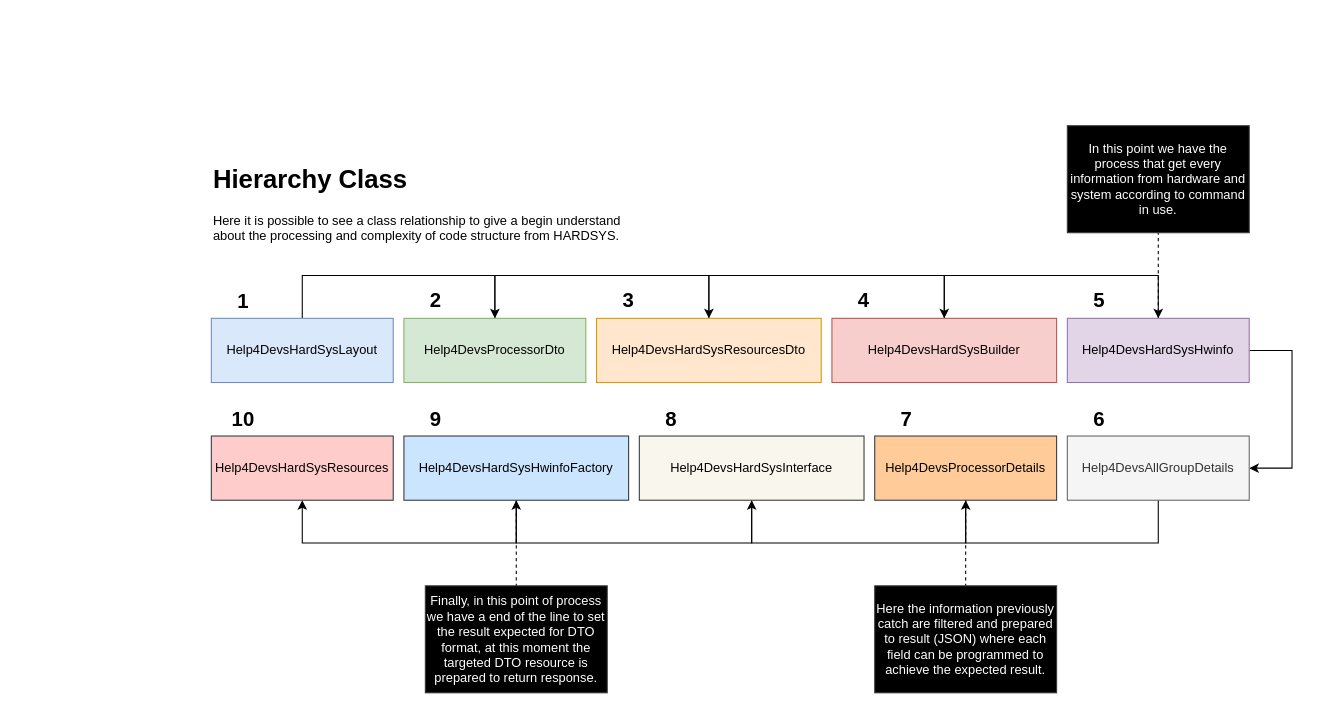
huntercodexs/help4devs-commons keeps this draw.io diagram as page "Page-2" (2 of 2) of media/hardsys.drawio. Above is the earlier version. Source tidied: cells renumbered, new cells numbered last; positions are measured from the earlier drawing's top-left corner, leaving out a move shared by most shapes. Both pictures are drawn from the tidied source at 107%, with x=0, y=0 at pixel (211, 125).
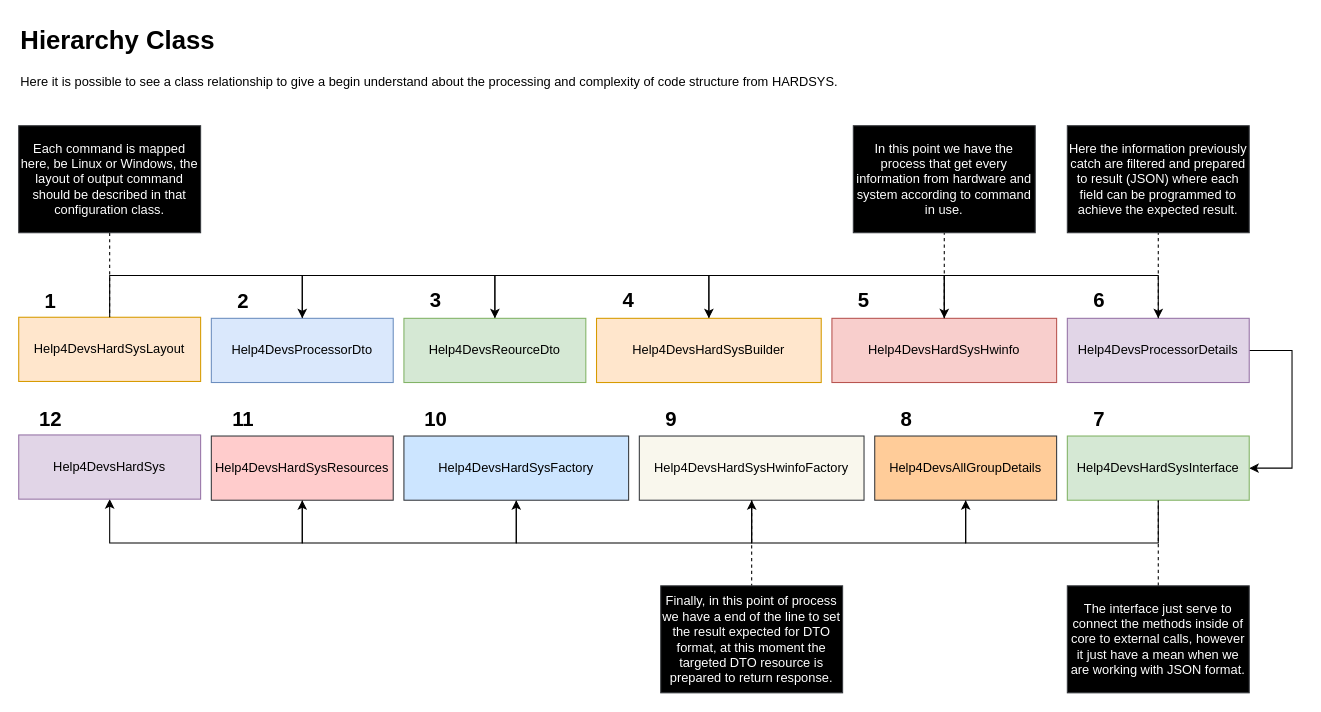
Above is the later version.

Unchanged cells that the change refers to:
```xml
<mxCell id="13" value="Help4DevsHardSysResources" style="rounded=0;whiteSpace=wrap;fillColor=#ffcccc;strokeColor=#36393d;" parent="1" vertex="1">
  <mxGeometry y="290" width="170" height="60" as="geometry" />
</mxCell>
```

Diff of the diagram source:
```diff
@@
-    <mxCell id="3" value="Help4DevsHardSysLayout" style="rounded=0;whiteSpace=wrap;fillColor=#dae8fc;strokeColor=#6c8ebf;" parent="1" vertex="1">
+    <mxCell id="3" value="Help4DevsProcessorDto" style="rounded=0;whiteSpace=wrap;fillColor=#dae8fc;strokeColor=#6c8ebf;" parent="1" vertex="1">
       <mxGeometry y="180" width="170" height="60" as="geometry" />
     </mxCell>
@@
-    <mxCell id="5" value="Help4DevsProcessorDto" style="rounded=0;whiteSpace=wrap;fillColor=#d5e8d4;strokeColor=#82b366;" parent="1" vertex="1">
+    <mxCell id="5" value="Help4DevsReourceDto" style="rounded=0;whiteSpace=wrap;fillColor=#d5e8d4;strokeColor=#82b366;" parent="1" vertex="1">
       <mxGeometry x="180" y="180" width="170" height="60" as="geometry" />
     </mxCell>
@@
-    <mxCell id="7" value="Help4DevsHardSysResourcesDto" style="rounded=0;whiteSpace=wrap;fillColor=#ffe6cc;strokeColor=#d79b00;" parent="1" vertex="1">
+    <mxCell id="7" value="Help4DevsHardSysBuilder" style="rounded=0;whiteSpace=wrap;fillColor=#ffe6cc;strokeColor=#d79b00;" parent="1" vertex="1">
       <mxGeometry x="360" y="180" width="210" height="60" as="geometry" />
     </mxCell>
@@
-    <mxCell id="9" value="Help4DevsHardSysBuilder" style="rounded=0;whiteSpace=wrap;fillColor=#f8cecc;strokeColor=#b85450;" parent="1" vertex="1">
+    <mxCell id="9" value="Help4DevsHardSysHwinfo" style="rounded=0;whiteSpace=wrap;fillColor=#f8cecc;strokeColor=#b85450;" parent="1" vertex="1">
       <mxGeometry x="580" y="180" width="210" height="60" as="geometry" />
     </mxCell>
@@
-    <mxCell id="11" style="edgeStyle=orthogonalEdgeStyle;rounded=0;jettySize=auto;html=1;endArrow=none;endFill=0;dashed=1;" parent="1" edge="1" source="12" target="35">
+    <mxCell id="11" style="edgeStyle=orthogonalEdgeStyle;rounded=0;jettySize=auto;html=1;endArrow=none;endFill=0;dashed=1;exitX=0.5;exitY=0;exitDx=0;exitDy=0;" parent="1" edge="1" source="9" target="35">
       <mxGeometry relative="1" as="geometry" />
     </mxCell>
-    <mxCell id="12" value="Help4DevsHardSysHwinfo" style="rounded=0;whiteSpace=wrap;fillColor=#e1d5e7;strokeColor=#9673a6;" parent="1" vertex="1">
+    <mxCell id="12" value="Help4DevsProcessorDetails" style="rounded=0;whiteSpace=wrap;fillColor=#e1d5e7;strokeColor=#9673a6;" parent="1" vertex="1">
       <mxGeometry x="800" y="180" width="170" height="60" as="geometry" />
     </mxCell>
+    <mxCell id="38" style="edgeStyle=orthogonalEdgeStyle;rounded=0;jettySize=auto;html=1;entryX=0.5;entryY=1;entryDx=0;entryDy=0;exitX=0.5;exitY=1;exitDx=0;exitDy=0;" parent="1" edge="1" source="13" target="41">
+      <mxGeometry relative="1" as="geometry">
+        <Array as="points">
+          <mxPoint x="85" y="390" />
+          <mxPoint x="-95" y="390" />
+        </Array>
+      </mxGeometry>
+    </mxCell>
@@
-    <mxCell id="15" style="edgeStyle=orthogonalEdgeStyle;rounded=0;jettySize=auto;html=1;endArrow=none;endFill=0;dashed=1;" parent="1" edge="1" source="16" target="36">
+    <mxCell id="15" style="edgeStyle=orthogonalEdgeStyle;rounded=0;jettySize=auto;html=1;endArrow=none;endFill=0;dashed=1;exitX=0.5;exitY=0;exitDx=0;exitDy=0;" parent="1" edge="1" source="12" target="36">
       <mxGeometry relative="1" as="geometry" />
     </mxCell>
-    <mxCell id="16" value="Help4DevsProcessorDetails" style="rounded=0;whiteSpace=wrap;fillColor=#ffcc99;strokeColor=#36393d;" parent="1" vertex="1">
+    <mxCell id="16" value="Help4DevsAllGroupDetails" style="rounded=0;whiteSpace=wrap;fillColor=#ffcc99;strokeColor=#36393d;" parent="1" vertex="1">
       <mxGeometry x="620" y="290" width="170" height="60" as="geometry" />
     </mxCell>
@@
-    <mxCell id="18" value="Help4DevsHardSysInterface" style="rounded=0;whiteSpace=wrap;fillColor=#f9f7ed;strokeColor=#36393d;" parent="1" vertex="1">
+    <mxCell id="18" value="Help4DevsHardSysHwinfoFactory" style="rounded=0;whiteSpace=wrap;fillColor=#f9f7ed;strokeColor=#36393d;" parent="1" vertex="1">
       <mxGeometry x="400" y="290" width="210" height="60" as="geometry" />
     </mxCell>
@@
-    <mxCell id="20" style="edgeStyle=orthogonalEdgeStyle;rounded=0;jettySize=auto;html=1;endArrow=none;endFill=0;dashed=1;" parent="1" edge="1" source="21" target="37">
+    <mxCell id="20" style="edgeStyle=orthogonalEdgeStyle;rounded=0;jettySize=auto;html=1;endArrow=none;endFill=0;dashed=1;exitX=0.5;exitY=1;exitDx=0;exitDy=0;" parent="1" edge="1" source="18" target="37">
       <mxGeometry relative="1" as="geometry" />
     </mxCell>
-    <mxCell id="21" value="Help4DevsHardSysHwinfoFactory" style="rounded=0;whiteSpace=wrap;fillColor=#cce5ff;strokeColor=#36393d;" parent="1" vertex="1">
+    <mxCell id="21" value="Help4DevsHardSysFactory" style="rounded=0;whiteSpace=wrap;fillColor=#cce5ff;strokeColor=#36393d;" parent="1" vertex="1">
       <mxGeometry x="180" y="290" width="210" height="60" as="geometry" />
     </mxCell>
@@
-    <mxCell id="23" value="Help4DevsAllGroupDetails" style="rounded=0;whiteSpace=wrap;fillColor=#f5f5f5;fontColor=#333333;strokeColor=#666666;" parent="1" vertex="1">
+    <mxCell id="23" value="Help4DevsHardSysInterface" style="rounded=0;whiteSpace=wrap;fillColor=#d5e8d4;strokeColor=#82b366;" parent="1" vertex="1">
       <mxGeometry x="800" y="290" width="170" height="60" as="geometry" />
     </mxCell>
     <mxCell id="24" value="&lt;h1 style=&quot;margin-top: 0px;&quot;&gt;Hierarchy Class&lt;br&gt;&lt;/h1&gt;&lt;p&gt;Here it is possible to see a class relationship to give a begin understand about the processing and complexity of code structure from HARDSYS.&lt;br&gt;&lt;/p&gt;" style="text;html=1;whiteSpace=wrap;overflow=hidden;rounded=0;" parent="1" vertex="1">
-      <mxGeometry y="30" width="400" height="100" as="geometry" />
+      <mxGeometry x="-180" y="-100" width="1200" height="80" as="geometry" />
     </mxCell>
-    <mxCell id="25" value="1" style="text;html=1;align=center;verticalAlign=middle;whiteSpace=wrap;rounded=0;fontStyle=1;fontSize=19;" parent="1" vertex="1">
+    <mxCell id="25" value="2" style="text;html=1;align=center;verticalAlign=middle;whiteSpace=wrap;rounded=0;fontStyle=1;fontSize=19;" parent="1" vertex="1">
       <mxGeometry y="150" width="60" height="30" as="geometry" />
     </mxCell>
-    <mxCell id="26" value="2" style="text;html=1;align=center;verticalAlign=middle;whiteSpace=wrap;rounded=0;fontStyle=1;fontSize=19;" parent="1" vertex="1">
+    <mxCell id="26" value="3" style="text;html=1;align=center;verticalAlign=middle;whiteSpace=wrap;rounded=0;fontStyle=1;fontSize=19;" parent="1" vertex="1">
       <mxGeometry x="180" y="149" width="60" height="30" as="geometry" />
     </mxCell>
-    <mxCell id="27" value="3" style="text;html=1;align=center;verticalAlign=middle;whiteSpace=wrap;rounded=0;fontStyle=1;fontSize=19;" parent="1" vertex="1">
+    <mxCell id="27" value="4" style="text;html=1;align=center;verticalAlign=middle;whiteSpace=wrap;rounded=0;fontStyle=1;fontSize=19;" parent="1" vertex="1">
       <mxGeometry x="360" y="149" width="60" height="30" as="geometry" />
     </mxCell>
-    <mxCell id="28" value="4" style="text;html=1;align=center;verticalAlign=middle;whiteSpace=wrap;rounded=0;fontStyle=1;fontSize=19;" parent="1" vertex="1">
+    <mxCell id="28" value="5" style="text;html=1;align=center;verticalAlign=middle;whiteSpace=wrap;rounded=0;fontStyle=1;fontSize=19;" parent="1" vertex="1">
       <mxGeometry x="580" y="149" width="60" height="30" as="geometry" />
     </mxCell>
-    <mxCell id="29" value="5" style="text;html=1;align=center;verticalAlign=middle;whiteSpace=wrap;rounded=0;fontStyle=1;fontSize=19;" parent="1" vertex="1">
+    <mxCell id="29" value="6" style="text;html=1;align=center;verticalAlign=middle;whiteSpace=wrap;rounded=0;fontStyle=1;fontSize=19;" parent="1" vertex="1">
       <mxGeometry x="800" y="149" width="60" height="30" as="geometry" />
     </mxCell>
-    <mxCell id="30" value="6" style="text;html=1;align=center;verticalAlign=middle;whiteSpace=wrap;rounded=0;fontStyle=1;fontSize=19;" parent="1" vertex="1">
+    <mxCell id="30" value="7" style="text;html=1;align=center;verticalAlign=middle;whiteSpace=wrap;rounded=0;fontStyle=1;fontSize=19;" parent="1" vertex="1">
       <mxGeometry x="800" y="260" width="60" height="30" as="geometry" />
     </mxCell>
-    <mxCell id="31" value="7" style="text;html=1;align=center;verticalAlign=middle;whiteSpace=wrap;rounded=0;fontStyle=1;fontSize=19;" parent="1" vertex="1">
+    <mxCell id="31" value="8" style="text;html=1;align=center;verticalAlign=middle;whiteSpace=wrap;rounded=0;fontStyle=1;fontSize=19;" parent="1" vertex="1">
       <mxGeometry x="620" y="260" width="60" height="30" as="geometry" />
     </mxCell>
-    <mxCell id="32" value="8" style="text;html=1;align=center;verticalAlign=middle;whiteSpace=wrap;rounded=0;fontStyle=1;fontSize=19;" parent="1" vertex="1">
+    <mxCell id="32" value="9" style="text;html=1;align=center;verticalAlign=middle;whiteSpace=wrap;rounded=0;fontStyle=1;fontSize=19;" parent="1" vertex="1">
       <mxGeometry x="400" y="260" width="60" height="30" as="geometry" />
     </mxCell>
-    <mxCell id="33" value="9" style="text;html=1;align=center;verticalAlign=middle;whiteSpace=wrap;rounded=0;fontStyle=1;fontSize=19;" parent="1" vertex="1">
+    <mxCell id="33" value="10" style="text;html=1;align=center;verticalAlign=middle;whiteSpace=wrap;rounded=0;fontStyle=1;fontSize=19;" parent="1" vertex="1">
       <mxGeometry x="180" y="260" width="60" height="30" as="geometry" />
     </mxCell>
-    <mxCell id="34" value="10" style="text;html=1;align=center;verticalAlign=middle;whiteSpace=wrap;rounded=0;fontStyle=1;fontSize=19;" parent="1" vertex="1">
+    <mxCell id="34" value="11" style="text;html=1;align=center;verticalAlign=middle;whiteSpace=wrap;rounded=0;fontStyle=1;fontSize=19;" parent="1" vertex="1">
       <mxGeometry y="260" width="60" height="30" as="geometry" />
     </mxCell>
     <mxCell id="35" value="In this point we have the process that get every information from hardware and system according to command in use." style="rounded=0;whiteSpace=wrap;fillColor=#000000;strokeColor=#36393d;fontColor=#FFFFFF;align=center;" parent="1" vertex="1">
-      <mxGeometry x="800" width="170" height="100" as="geometry" />
+      <mxGeometry x="600" width="170" height="100" as="geometry" />
     </mxCell>
     <mxCell id="36" value="Here the information previously catch are filtered and prepared to result (JSON) where each field can be programmed to achieve the expected result." style="rounded=0;whiteSpace=wrap;fillColor=#000000;strokeColor=#36393d;fontColor=#FFFFFF;" parent="1" vertex="1">
-      <mxGeometry x="620" y="430" width="170" height="100" as="geometry" />
+      <mxGeometry x="800" width="170" height="100" as="geometry" />
     </mxCell>
     <mxCell id="37" value="Finally, in this point of process we have a end of the line to set the result expected for DTO format, at this moment the targeted DTO resource is prepared to return response." style="rounded=0;whiteSpace=wrap;fillColor=#000000;strokeColor=#36393d;fontColor=#FFFFFF;" parent="1" vertex="1">
-      <mxGeometry x="200" y="430" width="170" height="100" as="geometry" />
+      <mxGeometry x="420" y="430" width="170" height="100" as="geometry" />
     </mxCell>
+    <mxCell id="39" style="edgeStyle=orthogonalEdgeStyle;rounded=0;jettySize=auto;html=1;entryX=0.5;entryY=0;entryDx=0;entryDy=0;exitX=0.5;exitY=0;exitDx=0;exitDy=0;" parent="1" edge="1" source="40" target="3">
+      <mxGeometry relative="1" as="geometry">
+        <Array as="points">
+          <mxPoint x="-95" y="140" />
+          <mxPoint x="85" y="140" />
+        </Array>
+      </mxGeometry>
+    </mxCell>
+    <mxCell id="40" value="Help4DevsHardSysLayout" style="rounded=0;whiteSpace=wrap;fillColor=#ffe6cc;strokeColor=#d79b00;" parent="1" vertex="1">
+      <mxGeometry x="-180" y="179" width="170" height="60" as="geometry" />
+    </mxCell>
+    <mxCell id="41" value="Help4DevsHardSys" style="rounded=0;whiteSpace=wrap;fillColor=#e1d5e7;strokeColor=#9673a6;" parent="1" vertex="1">
+      <mxGeometry x="-180" y="289" width="170" height="60" as="geometry" />
+    </mxCell>
+    <mxCell id="42" value="1" style="text;html=1;align=center;verticalAlign=middle;whiteSpace=wrap;rounded=0;fontStyle=1;fontSize=19;" parent="1" vertex="1">
+      <mxGeometry x="-180" y="150" width="60" height="30" as="geometry" />
+    </mxCell>
+    <mxCell id="43" value="12" style="text;html=1;align=center;verticalAlign=middle;whiteSpace=wrap;rounded=0;fontStyle=1;fontSize=19;" parent="1" vertex="1">
+      <mxGeometry x="-180" y="260" width="60" height="30" as="geometry" />
+    </mxCell>
+    <mxCell id="44" style="edgeStyle=orthogonalEdgeStyle;rounded=0;jettySize=auto;html=1;endArrow=none;endFill=0;dashed=1;" parent="1" edge="1" source="45" target="23">
+      <mxGeometry relative="1" as="geometry" />
+    </mxCell>
+    <mxCell id="45" value="The interface just serve to connect the methods inside of core to external calls, however it just have a mean when we are working with JSON format." style="rounded=0;whiteSpace=wrap;fillColor=#000000;strokeColor=#36393d;fontColor=#FFFFFF;" parent="1" vertex="1">
+      <mxGeometry x="800" y="430" width="170" height="100" as="geometry" />
+    </mxCell>
+    <mxCell id="46" style="edgeStyle=orthogonalEdgeStyle;rounded=0;jettySize=auto;html=1;endArrow=none;endFill=0;dashed=1;" parent="1" edge="1" source="47" target="40">
+      <mxGeometry relative="1" as="geometry" />
+    </mxCell>
+    <mxCell id="47" value="Each command is mapped here, be Linux or Windows, the layout of output command should be described in that configuration class." style="rounded=0;whiteSpace=wrap;fillColor=#000000;strokeColor=#36393d;fontColor=#FFFFFF;align=center;" parent="1" vertex="1">
+      <mxGeometry x="-180" width="170" height="100" as="geometry" />
+    </mxCell>
```
